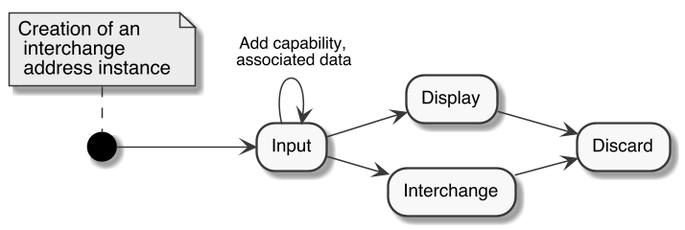
The PlantUML diagram images/AddressInstanceLifeCycle.png in CalConnect/csd-digital-addresses, before a commit.
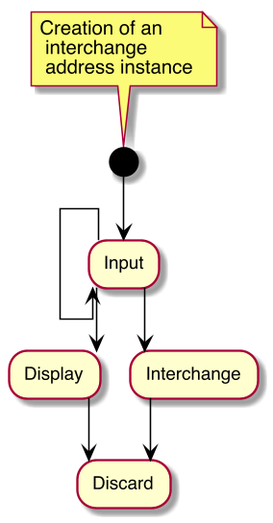
The same file after the commit.

Change to the diagram source:
```diff
@@ -1,39 +1,44 @@
-@startuml AddressInstanceLifeCycle
+@startuml
 
-left to right direction
-skinparam classAttributeIconSize 0
+
 skinparam Dpi 150
-skinparam Monochrome true
-skinparam LineType polyline
-skinparam nodesep 30
-skinparam ranksep 40
+skinparam Monochrome false
+skinparam LineType ortho
 hide circle
 skinparam Default {
-TextAlignment center
-FontName Helvetica
+  TextAlignment center
+  FontName Helvetica
 }
 skinparam Class {
-AttributeIconSize 0
-BackgroundColor White
-FontStyle bold
-StereotypeFontSize 10
+  AttributeIconSize 0
+  BackgroundColor White
+  ArrowColor Black
+  BorderColor Black
+  FontStyle bold
+  StereotypeFontSize 10
 }
 skinparam Rectangle {
-BackgroundColor White
-FontStyle bold
-FontSize 11
-StereotypeFontSize 10
+  BackgroundColor White
+  ArrowColor Black
+  BorderColor Black
+  FontStyle bold
+  FontSize 11
+  StereotypeFontSize 10
 }
 skinparam Object {
-BackgroundColor White
-FontStyle bold
-FontSize 11
-StereotypeFontSize 10
+  BackgroundColor White
+  ArrowColor Black
+  BorderColor Black
+  FontStyle bold
+  FontSize 11
+  StereotypeFontSize 10
 }
 
 skinparam Entity {
-StereotypeFontSize 10
+  StereotypeFontSize 10
 }
+
+
 
 note top: Creation of an\n interchange\n address instance
 (*) --> "Input"
@@ -41,6 +46,6 @@
 "Input" --> "Interchange"
 "Interchange" --> "Discard"
 "Display" --> "Discard"
-"Input" -->[Add capability,\n associated data] "Input"
+"Input" -->[Add feature,\n associated data] "Input"
 
 @enduml
```
